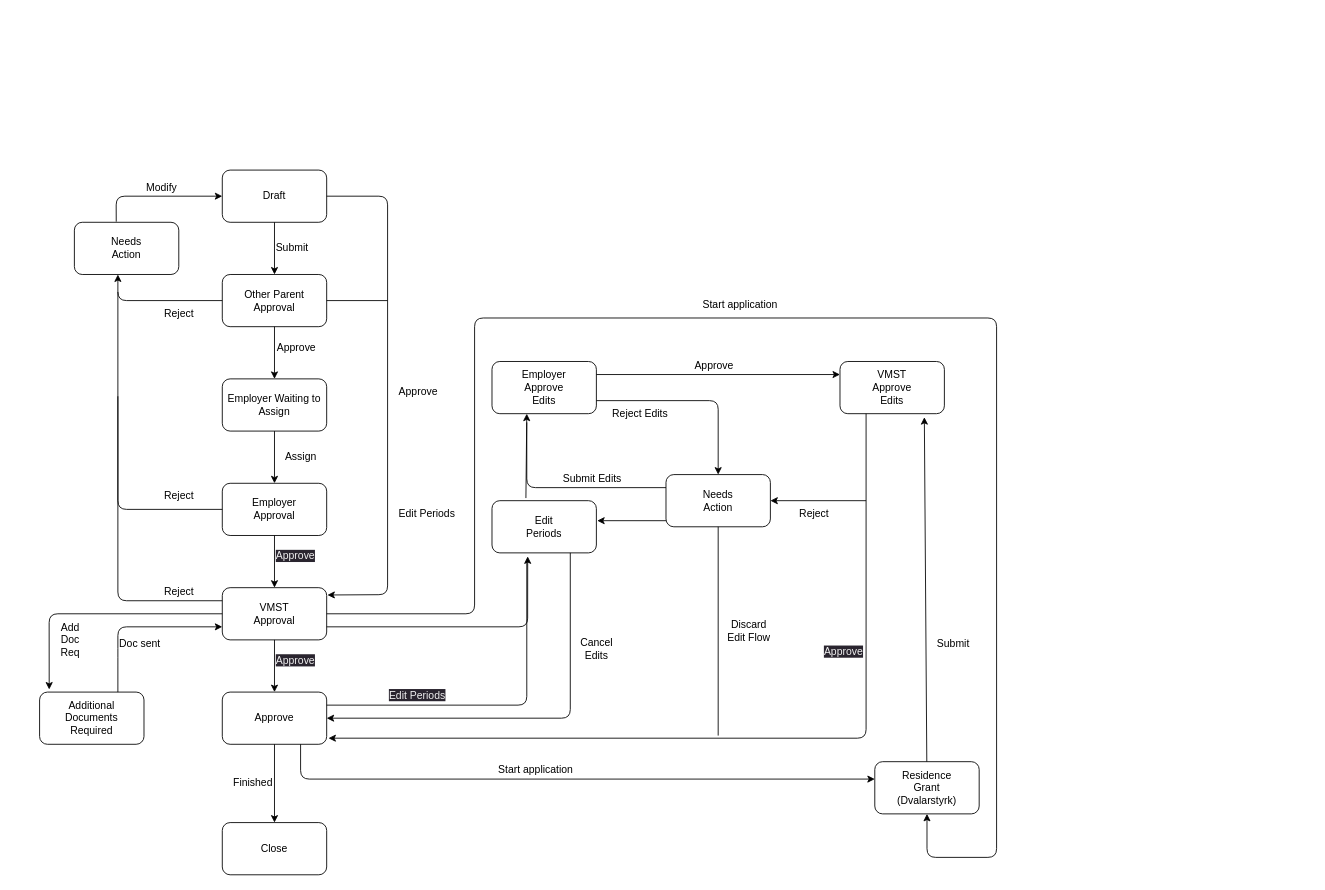
This is libs/application/templates/parental-leave/assets/parental-leave-flow-chart.drawio from island-is/island.is, a draw.io file, before an edit. Source tidied: cells renumbered, new cells numbered last; positions are measured from the earlier drawing's top-left corner, leaving out a move shared by most shapes. Both pictures are drawn from the tidied source at 87%, with x=0, y=0 at pixel (39, 170).
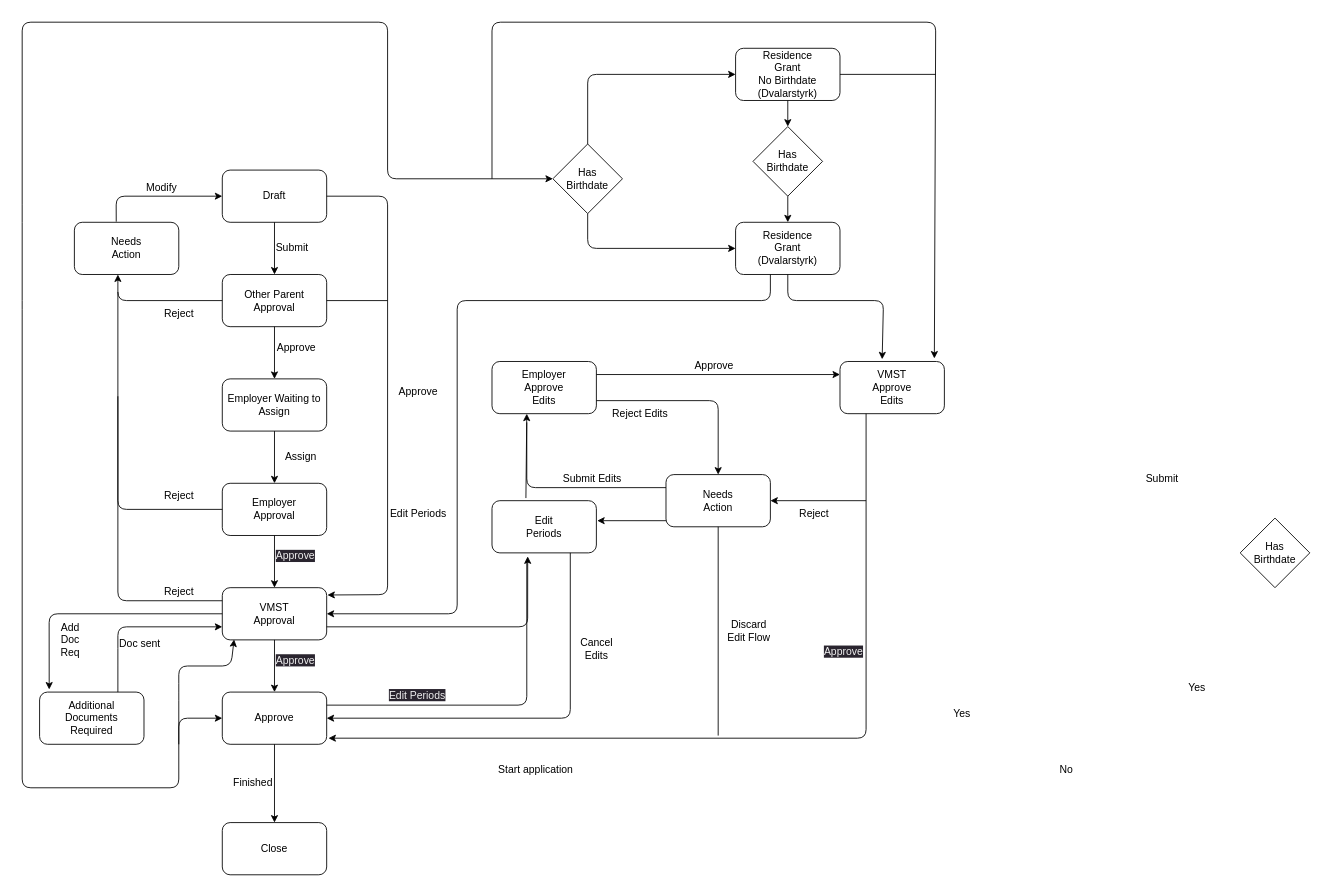
The same page after the edit.

Unchanged cells that the change refers to:
```xml
<mxCell id="6" value="VMST&lt;br&gt;Approval" style="rounded=1;whiteSpace=wrap;html=1;" parent="1" vertex="1">
  <mxGeometry x="210" y="480" width="120" height="60" as="geometry" />
</mxCell>
<mxCell id="7" value="Approve" style="rounded=1;whiteSpace=wrap;html=1;" parent="1" vertex="1">
  <mxGeometry x="210" y="600" width="120" height="60" as="geometry" />
</mxCell>
<mxCell id="13" value="VMST&lt;br&gt;Approve&lt;br&gt;Edits" style="rounded=1;whiteSpace=wrap;html=1;" parent="1" vertex="1">
  <mxGeometry x="920" y="220" width="120" height="60" as="geometry" />
</mxCell>
```

Change to the diagram source:
```diff
@@
     <mxCell id="15" value="Residence&lt;br&gt;Grant&lt;br&gt;(Dvalarstyrk)" style="rounded=1;whiteSpace=wrap;html=1;" parent="1" vertex="1">
-      <mxGeometry x="960" y="680" width="120" height="60" as="geometry" />
+      <mxGeometry x="800" y="60" width="120" height="60" as="geometry" />
     </mxCell>
@@
-    <mxCell id="39" style="endArrow=classic;html=1;entryX=0.5;entryY=1;entryDx=0;entryDy=0;exitX=1;exitY=0.5;exitDx=0;exitDy=0;" parent="1" edge="1" source="6" target="15">
-      <mxGeometry relative="1" as="geometry">
-        <Array as="points">
-          <mxPoint x="500" y="510" />
-          <mxPoint x="500" y="170" />
-          <mxPoint x="1100" y="170" />
-          <mxPoint x="1100" y="790" />
-          <mxPoint x="1020" y="790" />
-        </Array>
-      </mxGeometry>
-    </mxCell>
-    <mxCell id="40" style="endArrow=classic;html=1;exitX=0.75;exitY=1;exitDx=0;exitDy=0;" parent="1" edge="1" source="7">
-      <mxGeometry relative="1" as="geometry">
-        <mxPoint x="960" y="700" as="targetPoint" />
-        <Array as="points">
-          <mxPoint x="300" y="700" />
-        </Array>
-      </mxGeometry>
-    </mxCell>
-    <mxCell id="41" style="endArrow=classic;html=1;entryX=0.808;entryY=1.067;entryDx=0;entryDy=0;entryPerimeter=0;" parent="1" edge="1" source="15" target="13">
-      <mxGeometry relative="1" as="geometry" />
-    </mxCell>
@@
     <mxCell id="54" value="Edit Periods" style="text;html=1;align=center;verticalAlign=middle;strokeColor=none;fillColor=none;" parent="1" vertex="1">
-      <mxGeometry x="400" y="380" width="90" height="30" as="geometry" />
+      <mxGeometry x="390" y="380" width="90" height="30" as="geometry" />
     </mxCell>
@@
-    <mxCell id="66" value="Start application" style="text;html=1;align=center;verticalAlign=middle;strokeColor=none;fillColor=none;" parent="1" vertex="1">
-      <mxGeometry x="750" y="140" width="110" height="30" as="geometry" />
-    </mxCell>
     <mxCell id="67" value="Submit" style="text;html=1;align=center;verticalAlign=middle;strokeColor=none;fillColor=none;" parent="1" vertex="1">
-      <mxGeometry x="1020" y="530" width="60" height="30" as="geometry" />
+      <mxGeometry x="1260" y="340" width="60" height="30" as="geometry" />
     </mxCell>
@@
+    <mxCell id="69" value="Has&lt;br&gt;Birthdate" style="rhombus;whiteSpace=wrap;html=1;" parent="1" vertex="1">
+      <mxGeometry x="590" y="-30" width="80" height="80" as="geometry" />
+    </mxCell>
+    <mxCell id="70" value="Yes" style="text;html=1;align=center;verticalAlign=middle;strokeColor=none;fillColor=none;" parent="1" vertex="1">
+      <mxGeometry x="1040" y="610" width="40" height="30" as="geometry" />
+    </mxCell>
+    <mxCell id="71" value="Residence&lt;br&gt;Grant&lt;br&gt;No Birthdate&lt;br&gt;(Dvalarstyrk)" style="rounded=1;whiteSpace=wrap;html=1;" parent="1" vertex="1">
+      <mxGeometry x="800" y="-140" width="120" height="60" as="geometry" />
+    </mxCell>
+    <mxCell id="72" value="No" style="text;html=1;align=center;verticalAlign=middle;strokeColor=none;fillColor=none;" parent="1" vertex="1">
+      <mxGeometry x="1160" y="675" width="40" height="30" as="geometry" />
+    </mxCell>
+    <mxCell id="73" value="Has&lt;br&gt;Birthdate" style="rhombus;whiteSpace=wrap;html=1;" parent="1" vertex="1">
+      <mxGeometry x="1380" y="400" width="80" height="80" as="geometry" />
+    </mxCell>
+    <mxCell id="74" value="Yes" style="text;html=1;align=center;verticalAlign=middle;strokeColor=none;fillColor=none;" parent="1" vertex="1">
+      <mxGeometry x="1310" y="580" width="40" height="30" as="geometry" />
+    </mxCell>
+    <mxCell id="75" style="endArrow=classic;html=1;exitX=0.5;exitY=0;exitDx=0;exitDy=0;entryX=0;entryY=0.5;entryDx=0;entryDy=0;" parent="1" edge="1" source="69" target="71">
+      <mxGeometry relative="1" as="geometry">
+        <Array as="points">
+          <mxPoint x="630" y="-110" />
+        </Array>
+      </mxGeometry>
+    </mxCell>
+    <mxCell id="76" style="endArrow=classic;html=1;exitX=0.5;exitY=1;exitDx=0;exitDy=0;entryX=0;entryY=0.5;entryDx=0;entryDy=0;" parent="1" edge="1" source="69" target="15">
+      <mxGeometry relative="1" as="geometry">
+        <Array as="points">
+          <mxPoint x="630" y="90" />
+        </Array>
+      </mxGeometry>
+    </mxCell>
+    <mxCell id="41" style="endArrow=classic;html=1;exitX=0.5;exitY=1;exitDx=0;exitDy=0;entryX=0.404;entryY=-0.042;entryDx=0;entryDy=0;entryPerimeter=0;" parent="1" edge="1" source="15" target="13">
+      <mxGeometry relative="1" as="geometry">
+        <Array as="points">
+          <mxPoint x="860" y="150" />
+          <mxPoint x="970" y="150" />
+        </Array>
+      </mxGeometry>
+    </mxCell>
+    <mxCell id="77" style="endArrow=classic;html=1;entryX=1;entryY=0.5;entryDx=0;entryDy=0;" parent="1" edge="1" target="6">
+      <mxGeometry relative="1" as="geometry">
+        <mxPoint x="840" y="120" as="sourcePoint" />
+        <Array as="points">
+          <mxPoint x="840" y="150" />
+          <mxPoint x="480" y="150" />
+          <mxPoint x="480" y="510" />
+        </Array>
+      </mxGeometry>
+    </mxCell>
+    <mxCell id="78" value="Has&lt;br&gt;Birthdate" style="rhombus;whiteSpace=wrap;html=1;" parent="1" vertex="1">
+      <mxGeometry x="820" y="-50" width="80" height="80" as="geometry" />
+    </mxCell>
+    <mxCell id="79" style="endArrow=classic;html=1;exitX=0.5;exitY=1;exitDx=0;exitDy=0;entryX=0.5;entryY=0;entryDx=0;entryDy=0;" parent="1" edge="1" source="71" target="78">
+      <mxGeometry relative="1" as="geometry" />
+    </mxCell>
+    <mxCell id="80" style="endArrow=classic;html=1;exitX=0.5;exitY=1;exitDx=0;exitDy=0;" parent="1" edge="1" source="78">
+      <mxGeometry relative="1" as="geometry">
+        <mxPoint x="860" y="60" as="targetPoint" />
+      </mxGeometry>
+    </mxCell>
+    <mxCell id="81" style="endArrow=classic;html=1;entryX=0.113;entryY=0.992;entryDx=0;entryDy=0;entryPerimeter=0;" parent="1" edge="1" target="6">
+      <mxGeometry relative="1" as="geometry">
+        <mxPoint x="160" y="660" as="sourcePoint" />
+        <Array as="points">
+          <mxPoint x="160" y="600" />
+          <mxPoint x="160" y="570" />
+          <mxPoint x="220" y="570" />
+        </Array>
+      </mxGeometry>
+    </mxCell>
+    <mxCell id="82" style="endArrow=classic;startArrow=classic;html=1;entryX=0;entryY=0.5;entryDx=0;entryDy=0;exitX=0;exitY=0.5;exitDx=0;exitDy=0;" parent="1" edge="1" source="69" target="7">
+      <mxGeometry relative="1" as="geometry">
+        <Array as="points">
+          <mxPoint x="400" y="10" />
+          <mxPoint x="400" y="-170" />
+          <mxPoint x="-20" y="-170" />
+          <mxPoint x="-20" y="50" />
+          <mxPoint x="-20" y="160" />
+          <mxPoint x="-20" y="710" />
+          <mxPoint x="160" y="710" />
+          <mxPoint x="160" y="630" />
+        </Array>
+      </mxGeometry>
+    </mxCell>
+    <mxCell id="83" style="endArrow=classic;html=1;entryX=0.904;entryY=-0.058;entryDx=0;entryDy=0;entryPerimeter=0;" parent="1" edge="1" target="13">
+      <mxGeometry relative="1" as="geometry">
+        <mxPoint x="520" y="10" as="sourcePoint" />
+        <Array as="points">
+          <mxPoint x="520" y="-170" />
+          <mxPoint x="1030" y="-170" />
+        </Array>
+      </mxGeometry>
+    </mxCell>
+    <mxCell id="84" style="endArrow=none;html=1;exitX=1;exitY=0.5;exitDx=0;exitDy=0;" parent="1" edge="1" source="71">
+      <mxGeometry relative="1" as="geometry">
+        <mxPoint x="1030" y="-110" as="targetPoint" />
+      </mxGeometry>
+    </mxCell>
```
